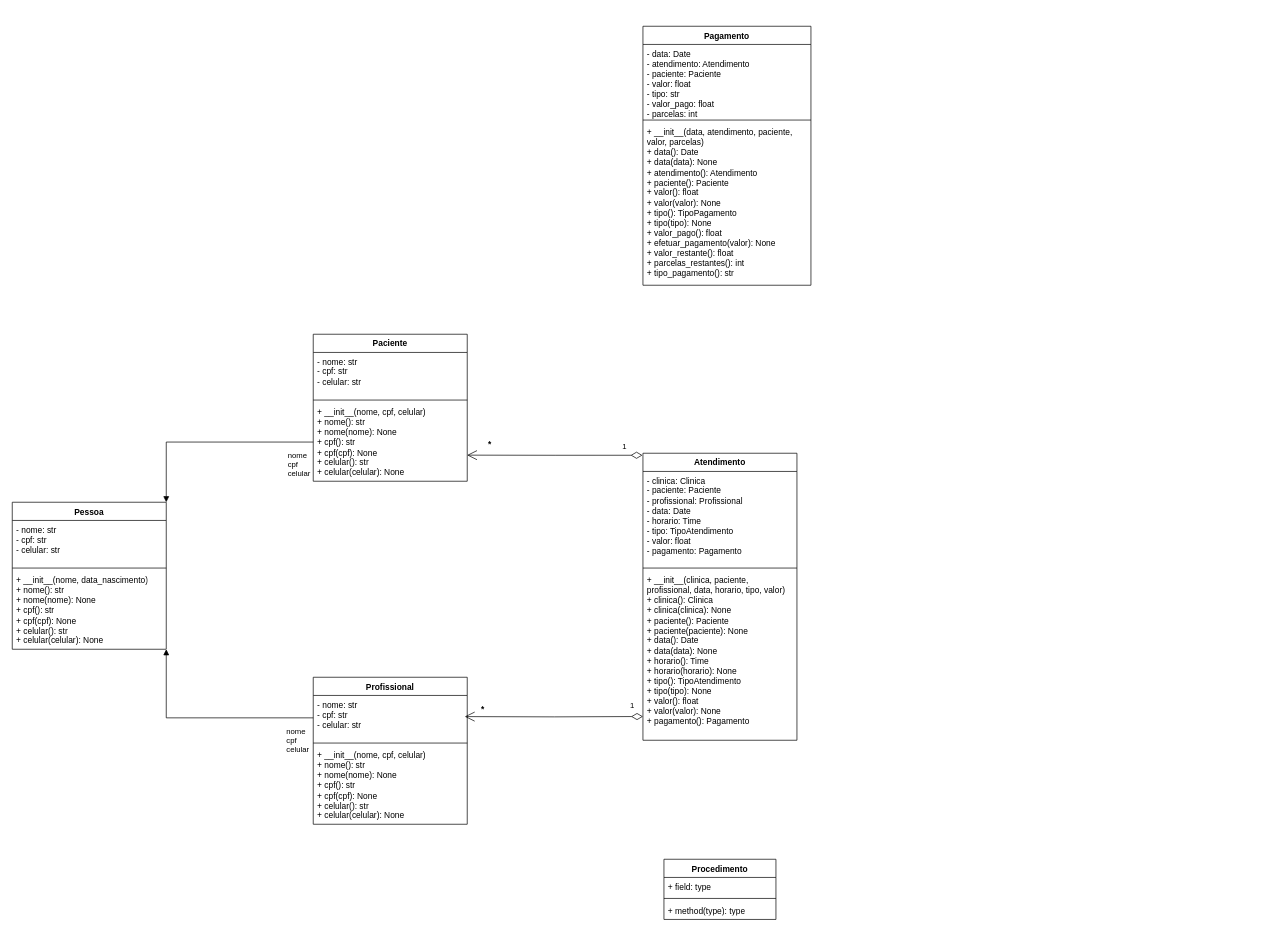
Above: UML/UMLT1.drawio in andrasjake-max/clncl-mngr (draw.io), before the change. Source tidied: cells renumbered, new cells numbered last; positions are measured from the earlier drawing's top-left corner, leaving out a move shared by most shapes. Both pictures are drawn from the tidied source at 70%, with x=0, y=0 at pixel (12, 26).
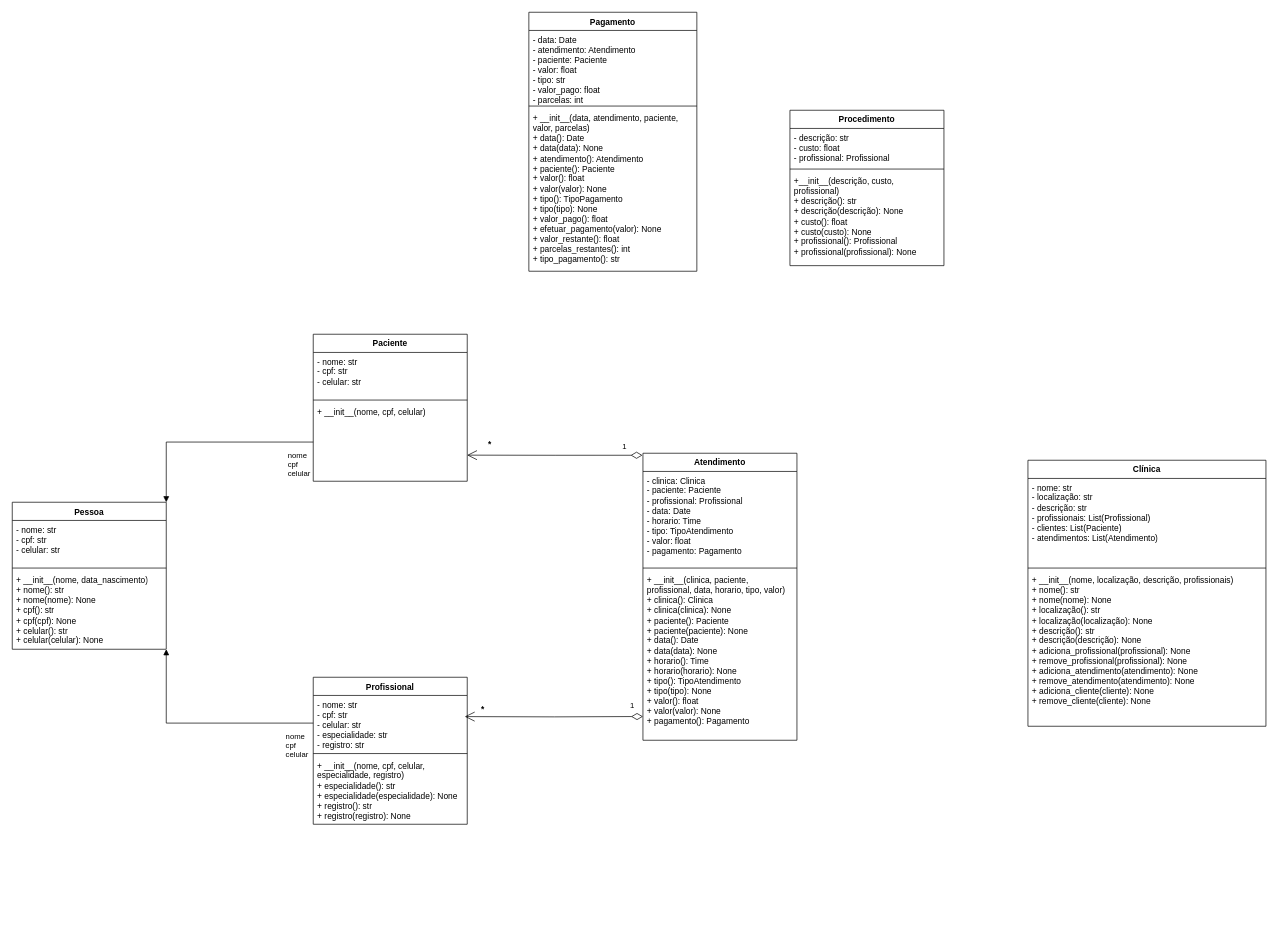
The same page after the edit.

The change refers to these unchanged cells:
```xml
<mxCell id="6" value="Profissional" style="swimlane;fontStyle=1;align=center;verticalAlign=top;horizontal=1;startSize=26;whiteSpace=wrap;html=1;" parent="1" vertex="1">
  <mxGeometry x="430" y="930" width="220" height="210" as="geometry" />
</mxCell>
<mxCell id="10" value="Paciente" style="swimlane;fontStyle=1;align=center;verticalAlign=top;horizontal=1;startSize=26;whiteSpace=wrap;html=1;" parent="1" vertex="1">
  <mxGeometry x="430" y="440" width="220" height="210" as="geometry" />
</mxCell>
```

Diff of the diagram source:
```diff
@@
-    <mxCell id="7" value="- nome: str&lt;div&gt;- cpf: str&lt;/div&gt;&lt;div&gt;- celular: str&lt;/div&gt;" style="text;strokeColor=none;fillColor=none;align=left;verticalAlign=top;spacingLeft=4;spacingRight=4;overflow=hidden;points=[[0,0.5],[1,0.5]];portConstraint=eastwest;whiteSpace=wrap;html=1;" parent="6" vertex="1">
-      <mxGeometry y="26" width="220" height="64" as="geometry" />
+    <mxCell id="7" value="- nome: str&lt;div&gt;- cpf: str&lt;/div&gt;&lt;div&gt;- celular: str&lt;/div&gt;&lt;div&gt;- especialidade: str&lt;/div&gt;&lt;div&gt;- registro: str&lt;/div&gt;" style="text;strokeColor=none;fillColor=none;align=left;verticalAlign=top;spacingLeft=4;spacingRight=4;overflow=hidden;points=[[0,0.5],[1,0.5]];portConstraint=eastwest;whiteSpace=wrap;html=1;" parent="6" vertex="1">
+      <mxGeometry y="26" width="220" height="79" as="geometry" />
     </mxCell>
     <mxCell id="8" style="line;strokeWidth=1;fillColor=none;align=left;verticalAlign=middle;spacingTop=-1;spacingLeft=3;spacingRight=3;labelPosition=right;strokeColor=inherit;" parent="6" vertex="1">
-      <mxGeometry y="90" width="220" height="8" as="geometry" />
+      <mxGeometry y="105" width="220" height="8" as="geometry" />
     </mxCell>
-    <mxCell id="9" value="&lt;div&gt;+ __init__(nome, cpf, celular)&lt;/div&gt;+ nome(): str&lt;div&gt;+ nome(nome): None&lt;/div&gt;&lt;div&gt;+ cpf(): str&lt;/div&gt;&lt;div&gt;+ cpf(cpf): None&lt;/div&gt;&lt;div&gt;+ celular(): str&lt;/div&gt;&lt;div&gt;+ celular(celular): None&lt;/div&gt;" style="text;strokeColor=none;fillColor=none;align=left;verticalAlign=top;spacingLeft=4;spacingRight=4;overflow=hidden;whiteSpace=wrap;html=1;" parent="6" vertex="1">
-      <mxGeometry y="98" width="220" height="112" as="geometry" />
+    <mxCell id="9" value="&lt;div&gt;+ __init__(nome, cpf, celular, especialidade, registro)&lt;/div&gt;&lt;div&gt;+ especialidade(): str&lt;/div&gt;&lt;div&gt;+ especialidade(especialidade): None&lt;/div&gt;&lt;div&gt;+ registro(): str&lt;/div&gt;&lt;div&gt;+ registro(registro): None&lt;/div&gt;" style="text;strokeColor=none;fillColor=none;align=left;verticalAlign=top;spacingLeft=4;spacingRight=4;overflow=hidden;whiteSpace=wrap;html=1;" parent="6" vertex="1">
+      <mxGeometry y="113" width="220" height="97" as="geometry" />
     </mxCell>
@@
-    <mxCell id="13" value="&lt;div&gt;+ __init__(nome, cpf, celular)&lt;/div&gt;+ nome(): str&lt;div&gt;+ nome(nome): None&lt;/div&gt;&lt;div&gt;+ cpf(): str&lt;/div&gt;&lt;div&gt;+ cpf(cpf): None&lt;/div&gt;&lt;div&gt;+ celular(): str&lt;/div&gt;&lt;div&gt;+ celular(celular): None&lt;/div&gt;" style="text;strokeColor=none;fillColor=none;align=left;verticalAlign=top;spacingLeft=4;spacingRight=4;overflow=hidden;points=[[0,0.5],[1,0.5]];portConstraint=eastwest;whiteSpace=wrap;html=1;" parent="10" vertex="1">
+    <mxCell id="13" value="&lt;div&gt;+ __init__(nome, cpf, celular)&lt;/div&gt;" style="text;strokeColor=none;fillColor=none;align=left;verticalAlign=top;spacingLeft=4;spacingRight=4;overflow=hidden;points=[[0,0.5],[1,0.5]];portConstraint=eastwest;whiteSpace=wrap;html=1;" parent="10" vertex="1">
       <mxGeometry y="98" width="220" height="112" as="geometry" />
     </mxCell>
@@
     <mxCell id="24" value="Pagamento" style="swimlane;fontStyle=1;align=center;verticalAlign=top;horizontal=1;startSize=26;whiteSpace=wrap;html=1;" parent="1" vertex="1">
-      <mxGeometry x="901" width="240" height="370" as="geometry" />
+      <mxGeometry x="738" y="-20" width="240" height="370" as="geometry" />
     </mxCell>
@@
     <mxCell id="28" value="Procedimento" style="swimlane;fontStyle=1;align=center;verticalAlign=top;horizontal=1;startSize=26;whiteSpace=wrap;html=1;" parent="1" vertex="1">
-      <mxGeometry x="931" y="1190" width="160" height="86" as="geometry" />
+      <mxGeometry x="1111" y="120" width="220" height="222" as="geometry" />
     </mxCell>
-    <mxCell id="29" value="+ field: type" style="text;strokeColor=none;fillColor=none;align=left;verticalAlign=top;spacingLeft=4;spacingRight=4;overflow=hidden;whiteSpace=wrap;html=1;" parent="28" vertex="1">
-      <mxGeometry y="26" width="160" height="26" as="geometry" />
+    <mxCell id="29" value="- descrição: str&lt;div&gt;- custo: float&lt;/div&gt;&lt;div&gt;- profissional: Profissional&lt;/div&gt;" style="text;strokeColor=none;fillColor=none;align=left;verticalAlign=top;spacingLeft=4;spacingRight=4;overflow=hidden;whiteSpace=wrap;html=1;" parent="28" vertex="1">
+      <mxGeometry y="26" width="220" height="54" as="geometry" />
     </mxCell>
     <mxCell id="30" style="line;strokeWidth=1;fillColor=none;align=left;verticalAlign=middle;spacingTop=-1;spacingLeft=3;spacingRight=3;labelPosition=right;strokeColor=inherit;" parent="28" vertex="1">
-      <mxGeometry y="52" width="160" height="8" as="geometry" />
+      <mxGeometry y="80" width="220" height="8" as="geometry" />
     </mxCell>
-    <mxCell id="31" value="+ method(type): type" style="text;strokeColor=none;fillColor=none;align=left;verticalAlign=top;spacingLeft=4;spacingRight=4;overflow=hidden;whiteSpace=wrap;html=1;" parent="28" vertex="1">
-      <mxGeometry y="60" width="160" height="26" as="geometry" />
+    <mxCell id="31" value="+__init__(descrição, custo, profissional)&lt;div&gt;+ descrição(): str&lt;/div&gt;&lt;div&gt;+ descrição(descrição): None&lt;/div&gt;&lt;div&gt;+ custo(): float&lt;/div&gt;&lt;div&gt;+ custo(custo): None&lt;/div&gt;&lt;div&gt;+ profissional(): Profissional&lt;/div&gt;&lt;div&gt;+ profissional(profissional): None&lt;/div&gt;&lt;div&gt;&lt;br&gt;&lt;/div&gt;" style="text;strokeColor=none;fillColor=none;align=left;verticalAlign=top;spacingLeft=4;spacingRight=4;overflow=hidden;whiteSpace=wrap;html=1;" parent="28" vertex="1">
+      <mxGeometry y="88" width="220" height="134" as="geometry" />
     </mxCell>
+    <mxCell id="32" value="Clínica" style="swimlane;fontStyle=1;align=center;verticalAlign=top;horizontal=1;startSize=26;whiteSpace=wrap;html=1;" parent="1" vertex="1">
+      <mxGeometry x="1451" y="620" width="340" height="380" as="geometry" />
+    </mxCell>
+    <mxCell id="33" value="- nome: str&lt;div&gt;- localização: str&lt;/div&gt;&lt;div&gt;- descrição: str&lt;/div&gt;&lt;div&gt;- profissionais: List(Profissional)&lt;/div&gt;&lt;div&gt;- clientes: List(Paciente)&lt;/div&gt;&lt;div&gt;- atendimentos: List(Atendimento)&lt;/div&gt;" style="text;strokeColor=none;fillColor=none;align=left;verticalAlign=top;spacingLeft=4;spacingRight=4;overflow=hidden;whiteSpace=wrap;html=1;" parent="32" vertex="1">
+      <mxGeometry y="26" width="340" height="124" as="geometry" />
+    </mxCell>
+    <mxCell id="34" style="line;strokeWidth=1;fillColor=none;align=left;verticalAlign=middle;spacingTop=-1;spacingLeft=3;spacingRight=3;labelPosition=right;strokeColor=inherit;" parent="32" vertex="1">
+      <mxGeometry y="150" width="340" height="8" as="geometry" />
+    </mxCell>
+    <mxCell id="35" value="+ __init__(nome, localização, descrição, profissionais)&lt;div&gt;+ nome(): str&lt;/div&gt;&lt;div&gt;+ nome(nome): None&lt;/div&gt;&lt;div&gt;+ localização(): str&lt;/div&gt;&lt;div&gt;+ localização(localização): None&lt;/div&gt;&lt;div&gt;+ descrição(): str&lt;/div&gt;&lt;div&gt;+ descrição(descrição): None&lt;/div&gt;&lt;div&gt;+ adiciona_profissional(profissional): None&lt;/div&gt;&lt;div&gt;+ remove_profissional(profissional): None&lt;/div&gt;&lt;div&gt;+ adiciona_atendimento(atendimento): None&lt;/div&gt;&lt;div&gt;+ remove_atendimento(atendimento): None&lt;/div&gt;&lt;div&gt;+ adiciona_cliente(cliente): None&lt;/div&gt;&lt;div&gt;+ remove_cliente(cliente): None&lt;/div&gt;" style="text;strokeColor=none;fillColor=none;align=left;verticalAlign=top;spacingLeft=4;spacingRight=4;overflow=hidden;whiteSpace=wrap;html=1;" parent="32" vertex="1">
+      <mxGeometry y="158" width="340" height="222" as="geometry" />
+    </mxCell>
```
